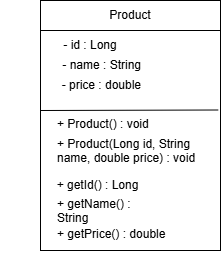
The draw.io diagram docs/uml/Product.png in w2176265/products-api, before a commit. Source tidied: cells renumbered, new cells last; positions are measured from the earlier drawing's top-left corner, leaving out a move shared by most shapes.
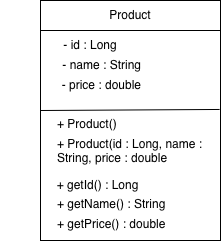
Later version of the same file.

Commit message:
Tutorial 2: slightly improved UML diagram

Change to the diagram source:
```diff
@@ -3,7 +3,7 @@
     <mxCell id="0" />
     <mxCell id="1" parent="0" />
     <mxCell id="2" style="rounded=0;whiteSpace=wrap;html=1;" parent="1" vertex="1">
-      <mxGeometry x="40" width="180" height="250" as="geometry" />
+      <mxGeometry x="40" width="180" height="240" as="geometry" />
     </mxCell>
     <mxCell id="3" value="Product" style="text;html=1;whiteSpace=wrap;strokeColor=none;fillColor=none;align=center;verticalAlign=middle;rounded=0;" parent="1" vertex="1">
       <mxGeometry x="100" width="60" height="30" as="geometry" />
@@ -23,7 +23,7 @@
     <mxCell id="7" value="&amp;nbsp; &amp;nbsp; &amp;nbsp; &amp;nbsp; - name : String&amp;nbsp;" style="text;html=1;whiteSpace=wrap;strokeColor=none;fillColor=none;align=center;verticalAlign=middle;rounded=0;" parent="1" vertex="1">
       <mxGeometry y="50" width="180" height="30" as="geometry" />
     </mxCell>
-    <mxCell id="8" style="endArrow=none;html=1;rounded=0;entryX=0.987;entryY=0.438;entryDx=0;entryDy=0;entryPerimeter=0;" parent="1" edge="1" target="2">
+    <mxCell id="8" style="endArrow=none;html=1;rounded=0;entryX=0.995;entryY=0.454;entryDx=0;entryDy=0;entryPerimeter=0;" parent="1" edge="1" target="2">
       <mxGeometry relative="1" as="geometry">
         <mxPoint x="40" y="110" as="sourcePoint" />
       </mxGeometry>
@@ -32,16 +32,16 @@
       <mxGeometry x="20" y="170" width="155" height="30" as="geometry" />
     </mxCell>
     <mxCell id="10" value="+ getName() : String" style="text;whiteSpace=wrap;html=1;" parent="1" vertex="1">
-      <mxGeometry x="55" y="190" width="110" height="40" as="geometry" />
+      <mxGeometry x="55" y="190" width="130" height="40" as="geometry" />
     </mxCell>
-    <mxCell id="11" value="+ Product(Long id, String name, double price) : void" style="text;whiteSpace=wrap;html=1;" parent="1" vertex="1">
+    <mxCell id="11" value="+ Product(id : Long, name : String, price : double" style="text;whiteSpace=wrap;html=1;" parent="1" vertex="1">
       <mxGeometry x="55" y="130" width="155" height="40" as="geometry" />
     </mxCell>
-    <mxCell id="12" value="+ Product() : void" style="text;whiteSpace=wrap;html=1;" parent="1" vertex="1">
+    <mxCell id="12" value="+ Product()" style="text;whiteSpace=wrap;html=1;" parent="1" vertex="1">
       <mxGeometry x="55" y="110" width="110" height="40" as="geometry" />
     </mxCell>
     <mxCell id="13" value="+ getPrice() : double" style="text;whiteSpace=wrap;html=1;" parent="1" vertex="1">
-      <mxGeometry x="55" y="220" width="130" height="40" as="geometry" />
+      <mxGeometry x="55" y="210" width="130" height="40" as="geometry" />
     </mxCell>
   </root>
 </mxGraphModel>
```
